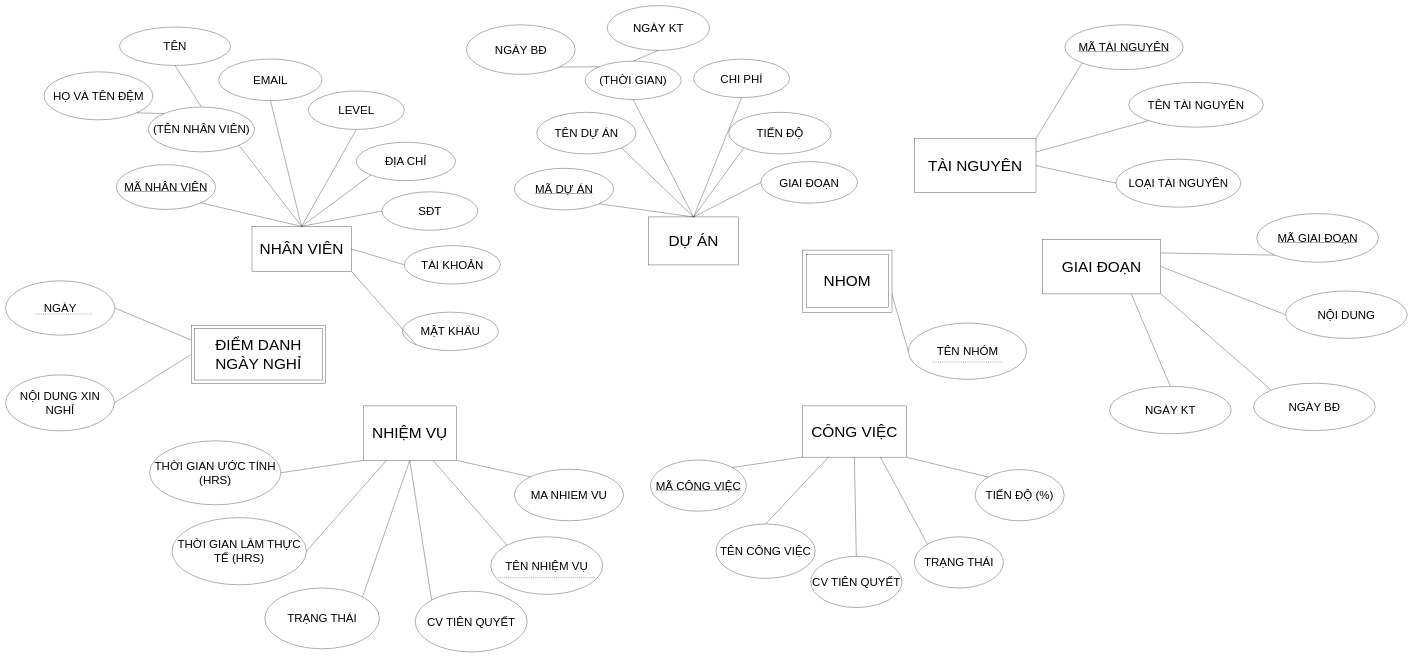
Earlier version of the draw.io diagram page "Các Tập Thực Thể" (2 of 2) of model/Relation_ERD.drawio (Narius2030/Project-Management-App). Source tidied: cells renumbered, new cells numbered last; positions are measured from the earlier drawing's top-left corner, leaving out a move shared by most shapes. Both pictures are drawn from the tidied source at 32%, with x=0, y=0 at pixel (5, 5).
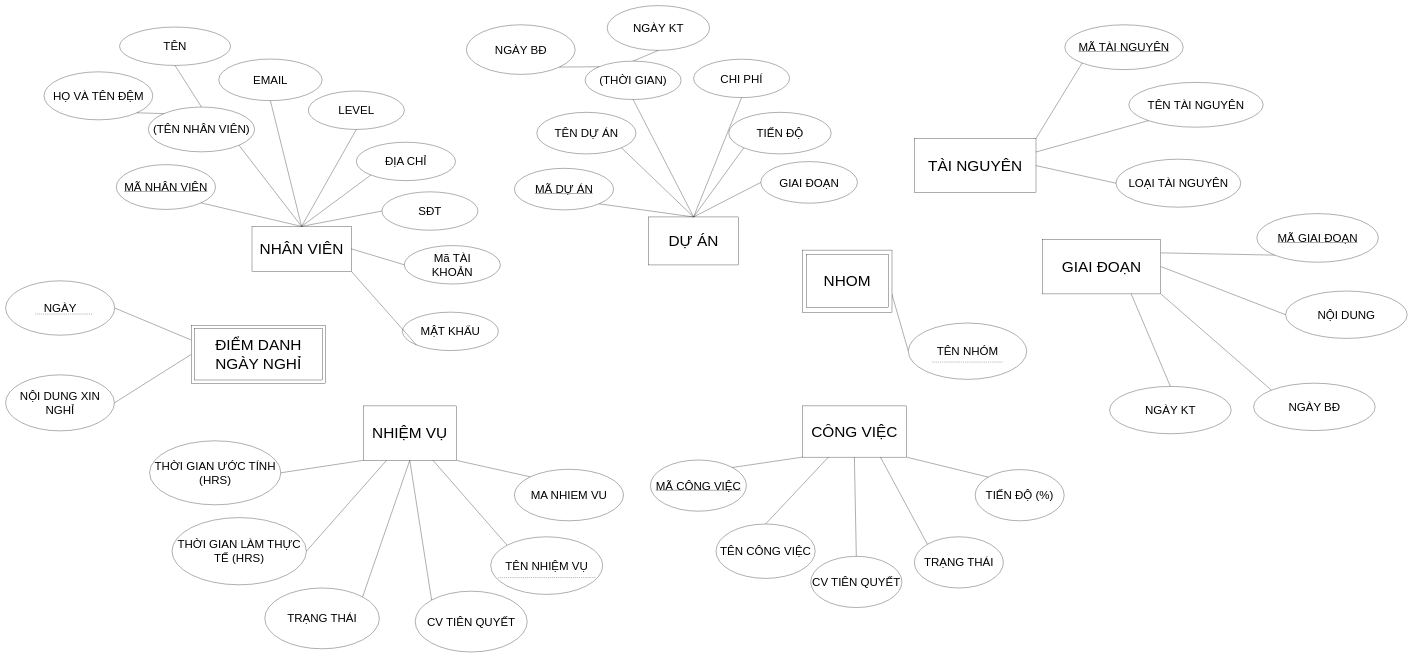
The same diagram, later.

Diff of the diagram source:
```diff
@@
-    <mxCell id="95" value="&lt;span style=&quot;font-size: 36px;&quot;&gt;TÀI KHOẢN&lt;/span&gt;" style="ellipse;whiteSpace=wrap;html=1;" parent="1" vertex="1">
+    <mxCell id="95" value="&lt;span style=&quot;font-size: 36px;&quot;&gt;Mã TÀI &lt;br&gt;KHOẢN&lt;/span&gt;" style="ellipse;whiteSpace=wrap;html=1;" parent="1" vertex="1">
       <mxGeometry x="1246" y="750" width="300" height="120" as="geometry" />
     </mxCell>
```
